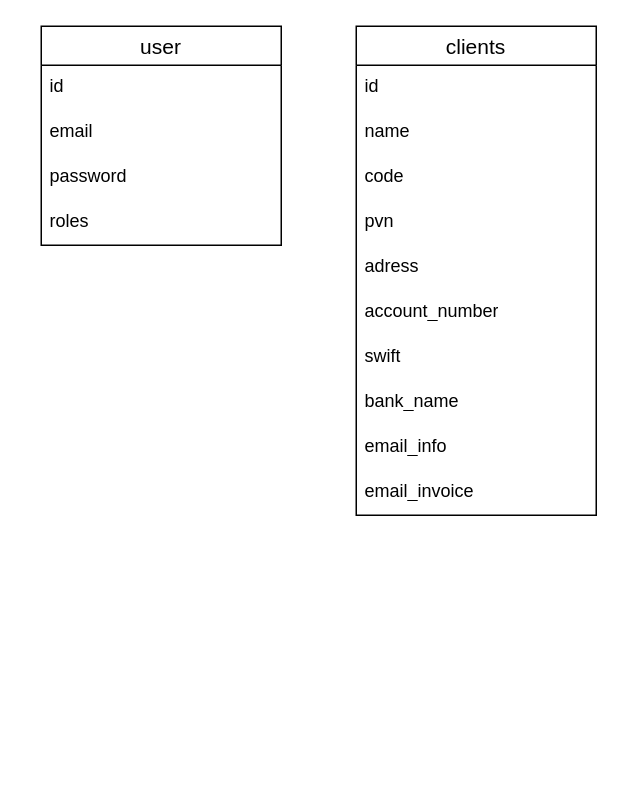
This is db_diagramm/db_diagramm.drawio from Ar4a0907/progress-admin-app, a draw.io file, before an edit. Source tidied: cells renumbered, new cells numbered last; positions are measured from the earlier drawing's top-left corner, leaving out a move shared by most shapes. Both pictures are drawn from the tidied source at 150%, with x=0, y=0 at pixel (40, 26).
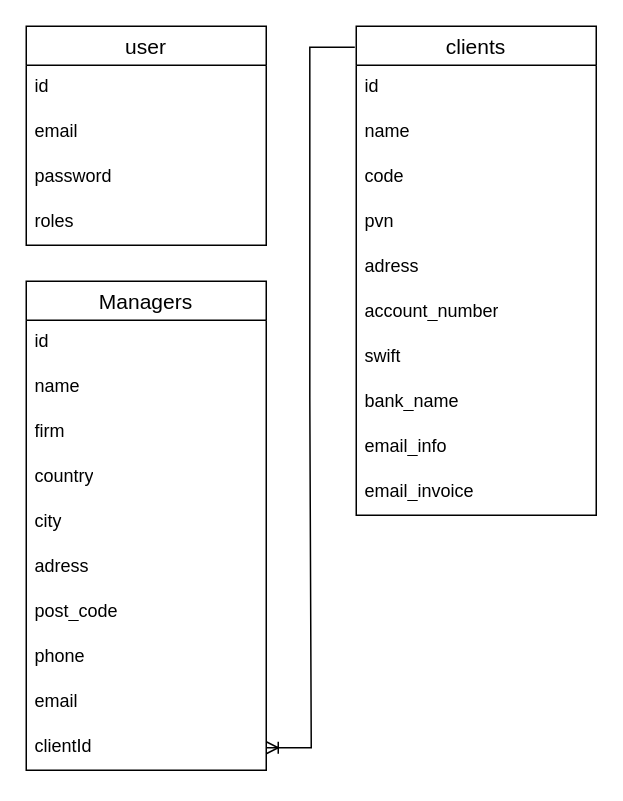
Above is the later version.

The change refers to these unchanged cells:
```xml
<mxCell id="7" value="clients" style="swimlane;fontStyle=0;horizontal=1;startSize=26;align=center;fontSize=14;" parent="1" vertex="1">
  <mxGeometry x="210" width="160" height="326" as="geometry" />
</mxCell>
```

Change to the diagram source:
```diff
@@
     <mxCell id="2" value="user" style="swimlane;fontStyle=0;horizontal=1;startSize=26;align=center;fontSize=14;" parent="1" vertex="1">
-      <mxGeometry width="160" height="146" as="geometry" />
+      <mxGeometry x="-10" width="160" height="146" as="geometry" />
     </mxCell>
@@
+    <mxCell id="18" value="Managers" style="swimlane;fontStyle=0;horizontal=1;startSize=26;align=center;fontSize=14;" parent="1" vertex="1">
+      <mxGeometry x="-10" y="170" width="160" height="326" as="geometry" />
+    </mxCell>
+    <mxCell id="19" value="id" style="text;strokeColor=none;fillColor=none;spacingLeft=4;spacingRight=4;overflow=hidden;fontSize=12;whiteSpace=wrap;html=1;" parent="18" vertex="1">
+      <mxGeometry y="26" width="160" height="30" as="geometry" />
+    </mxCell>
+    <mxCell id="20" value="name" style="text;strokeColor=none;fillColor=none;spacingLeft=4;spacingRight=4;overflow=hidden;fontSize=12;whiteSpace=wrap;html=1;" parent="18" vertex="1">
+      <mxGeometry y="56" width="160" height="30" as="geometry" />
+    </mxCell>
+    <mxCell id="21" value="firm" style="text;strokeColor=none;fillColor=none;spacingLeft=4;spacingRight=4;overflow=hidden;fontSize=12;whiteSpace=wrap;html=1;" parent="18" vertex="1">
+      <mxGeometry y="86" width="160" height="30" as="geometry" />
+    </mxCell>
+    <mxCell id="22" value="country" style="text;strokeColor=none;fillColor=none;spacingLeft=4;spacingRight=4;overflow=hidden;fontSize=12;whiteSpace=wrap;html=1;" parent="18" vertex="1">
+      <mxGeometry y="116" width="160" height="30" as="geometry" />
+    </mxCell>
+    <mxCell id="23" value="city" style="text;strokeColor=none;fillColor=none;spacingLeft=4;spacingRight=4;overflow=hidden;fontSize=12;whiteSpace=wrap;html=1;" parent="18" vertex="1">
+      <mxGeometry y="146" width="160" height="30" as="geometry" />
+    </mxCell>
+    <mxCell id="24" value="adress" style="text;strokeColor=none;fillColor=none;spacingLeft=4;spacingRight=4;overflow=hidden;fontSize=12;whiteSpace=wrap;html=1;" parent="18" vertex="1">
+      <mxGeometry y="176" width="160" height="30" as="geometry" />
+    </mxCell>
+    <mxCell id="25" value="post_code" style="text;strokeColor=none;fillColor=none;spacingLeft=4;spacingRight=4;overflow=hidden;fontSize=12;whiteSpace=wrap;html=1;" parent="18" vertex="1">
+      <mxGeometry y="206" width="160" height="30" as="geometry" />
+    </mxCell>
+    <mxCell id="26" value="phone&lt;br&gt;" style="text;strokeColor=none;fillColor=none;spacingLeft=4;spacingRight=4;overflow=hidden;fontSize=12;whiteSpace=wrap;html=1;" parent="18" vertex="1">
+      <mxGeometry y="236" width="160" height="30" as="geometry" />
+    </mxCell>
+    <mxCell id="27" value="email&lt;br&gt;" style="text;strokeColor=none;fillColor=none;spacingLeft=4;spacingRight=4;overflow=hidden;fontSize=12;whiteSpace=wrap;html=1;" parent="18" vertex="1">
+      <mxGeometry y="266" width="160" height="30" as="geometry" />
+    </mxCell>
+    <mxCell id="28" value="clientId" style="text;strokeColor=none;fillColor=none;spacingLeft=4;spacingRight=4;overflow=hidden;points=[[0,0.5],[1,0.5]];portConstraint=eastwest;fontSize=12;whiteSpace=wrap;html=1;" parent="18" vertex="1">
+      <mxGeometry y="296" width="160" height="30" as="geometry" />
+    </mxCell>
+    <mxCell id="29" style="edgeStyle=entityRelationEdgeStyle;fontSize=12;html=1;endArrow=ERoneToMany;rounded=0;entryX=1;entryY=0.5;entryDx=0;entryDy=0;exitX=-0.006;exitY=0.043;exitDx=0;exitDy=0;exitPerimeter=0;" parent="1" edge="1" source="7" target="28">
+      <mxGeometry relative="1" as="geometry" />
+    </mxCell>
```
